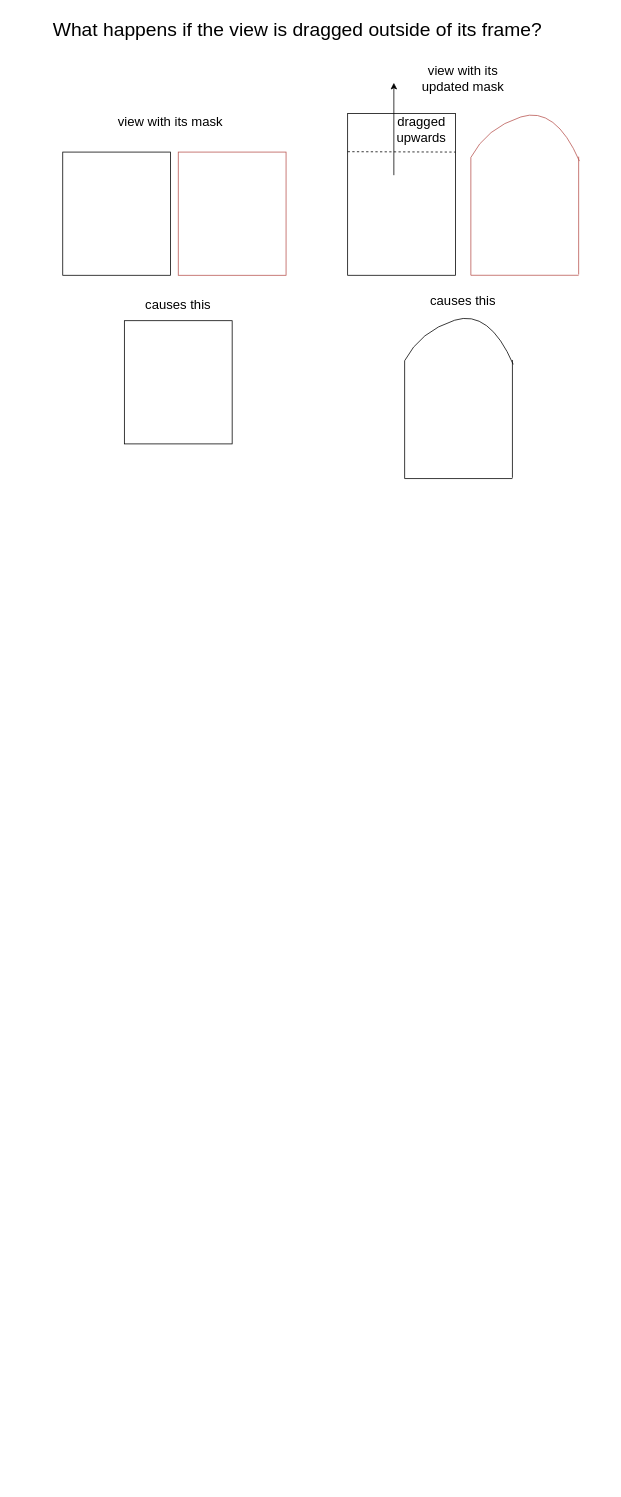
The draw.io diagram curveControlOscillation.drawio in pearl7721User1/DrawIOs, before the edit. Source tidied: cells renumbered, new cells numbered last; positions are measured from the earlier drawing's top-left corner, leaving out a move shared by most shapes. Both pictures are drawn from the tidied source at 77%, with x=0, y=0 at pixel (43, 13).
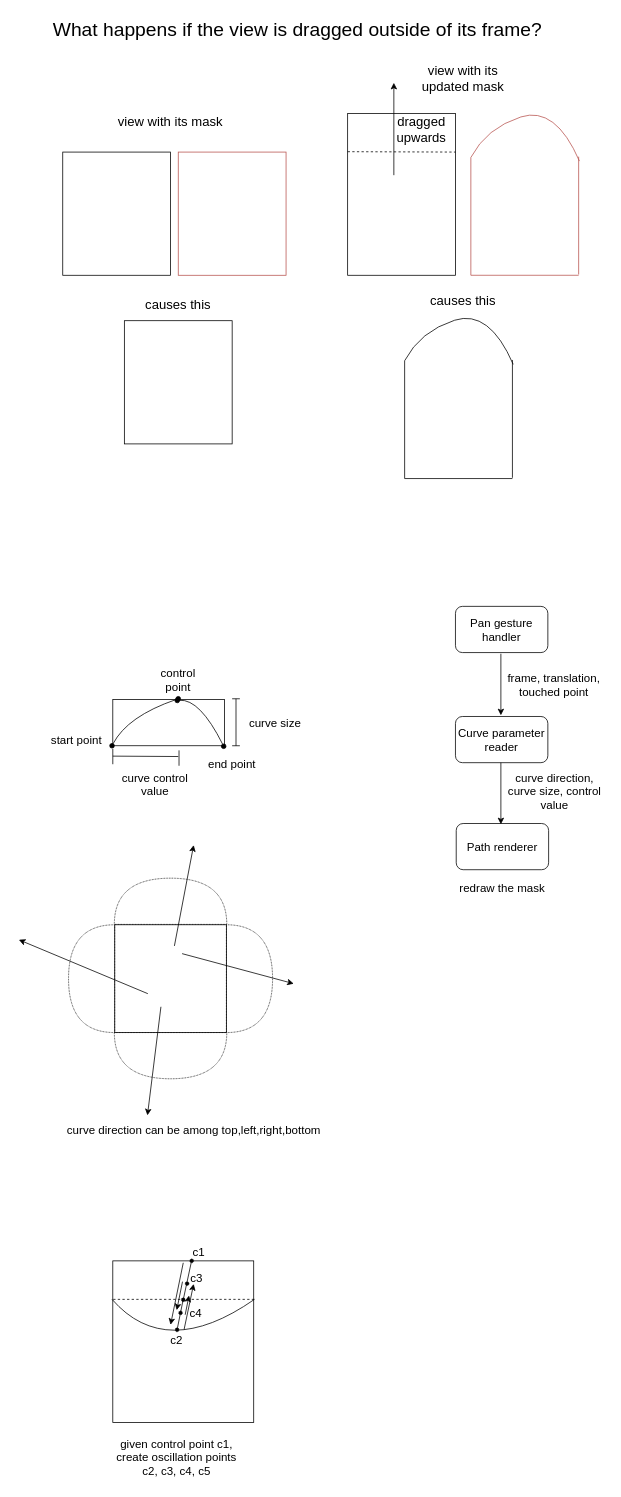
The same page after the edit.

Change to the diagram source:
```diff
@@
+    <mxCell id="24" style="curved=1;endArrow=oval;html=1;endFill=1;entryX=1.007;entryY=0.031;entryDx=0;entryDy=0;entryPerimeter=0;fillColor=#f8cecc;strokeColor=#000000;startArrow=oval;startFill=1;" parent="1" edge="1">
+      <mxGeometry relative="1" as="geometry">
+        <mxPoint x="173.7" y="892.2" as="sourcePoint" />
+        <mxPoint x="234" y="951.7" as="targetPoint" />
+        <Array as="points">
+          <mxPoint x="203" y="890" />
+        </Array>
+      </mxGeometry>
+    </mxCell>
+    <mxCell id="25" style="curved=1;endArrow=oval;html=1;endFill=1;fillColor=#f8cecc;strokeColor=#000000;startArrow=oval;startFill=1;" parent="1" edge="1">
+      <mxGeometry relative="1" as="geometry">
+        <mxPoint x="89" y="951" as="sourcePoint" />
+        <mxPoint x="175" y="890" as="targetPoint" />
+        <Array as="points">
+          <mxPoint x="109" y="912.7" />
+        </Array>
+      </mxGeometry>
+    </mxCell>
+    <mxCell id="26" value="start point" style="text;html=1;strokeColor=none;fillColor=none;align=center;verticalAlign=middle;whiteSpace=wrap;rounded=0;fontSize=15;" parent="1" vertex="1">
+      <mxGeometry x="3" y="928" width="80" height="30" as="geometry" />
+    </mxCell>
+    <mxCell id="27" value="end point" style="text;html=1;strokeColor=none;fillColor=none;align=center;verticalAlign=middle;whiteSpace=wrap;rounded=0;fontSize=15;" parent="1" vertex="1">
+      <mxGeometry x="205" y="960" width="80" height="30" as="geometry" />
+    </mxCell>
+    <mxCell id="28" value="control point" style="text;html=1;strokeColor=none;fillColor=none;align=center;verticalAlign=middle;whiteSpace=wrap;rounded=0;fontSize=15;" parent="1" vertex="1">
+      <mxGeometry x="135" y="850" width="80" height="30" as="geometry" />
+    </mxCell>
+    <mxCell id="29" style="rounded=0;whiteSpace=wrap;html=1;fillColor=none;fontSize=15;" parent="1" vertex="1">
+      <mxGeometry x="90" y="891" width="145" height="60" as="geometry" />
+    </mxCell>
+    <mxCell id="30" value="curve size" style="text;html=1;strokeColor=none;fillColor=none;align=center;verticalAlign=middle;whiteSpace=wrap;rounded=0;fontSize=15;" parent="1" vertex="1">
+      <mxGeometry x="261" y="901" width="80" height="40" as="geometry" />
+    </mxCell>
+    <mxCell id="31" value="curve control value" style="text;html=1;strokeColor=none;fillColor=none;align=center;verticalAlign=middle;whiteSpace=wrap;rounded=0;fontSize=15;" parent="1" vertex="1">
+      <mxGeometry x="90" y="981" width="110" height="40" as="geometry" />
+    </mxCell>
+    <mxCell id="32" style="group;" parent="1" vertex="1">
+      <mxGeometry x="245" y="890" width="10" height="61" as="geometry" />
+    </mxCell>
+    <mxCell id="33" style="endArrow=none;html=1;fontSize=15;" parent="32" edge="1">
+      <mxGeometry relative="1" as="geometry">
+        <mxPoint x="5" as="sourcePoint" />
+        <mxPoint x="5" y="61" as="targetPoint" />
+      </mxGeometry>
+    </mxCell>
+    <mxCell id="34" style="endArrow=none;html=1;fontSize=15;" parent="32" edge="1">
+      <mxGeometry relative="1" as="geometry">
+        <mxPoint x="10" as="sourcePoint" />
+        <mxPoint as="targetPoint" />
+      </mxGeometry>
+    </mxCell>
+    <mxCell id="35" style="endArrow=none;html=1;fontSize=15;" parent="32" edge="1">
+      <mxGeometry relative="1" as="geometry">
+        <mxPoint x="10" y="61" as="sourcePoint" />
+        <mxPoint y="61" as="targetPoint" />
+      </mxGeometry>
+    </mxCell>
+    <mxCell id="36" style="group;" parent="1" vertex="1">
+      <mxGeometry x="90" y="955" width="86" height="22" as="geometry" />
+    </mxCell>
+    <mxCell id="37" style="endArrow=none;html=1;fontSize=15;" parent="36" edge="1">
+      <mxGeometry relative="1" as="geometry">
+        <mxPoint x="85" y="10" as="sourcePoint" />
+        <mxPoint y="9.5" as="targetPoint" />
+      </mxGeometry>
+    </mxCell>
+    <mxCell id="38" style="endArrow=none;html=1;fontSize=15;" parent="36" edge="1">
+      <mxGeometry relative="1" as="geometry">
+        <mxPoint as="sourcePoint" />
+        <mxPoint y="20" as="targetPoint" />
+      </mxGeometry>
+    </mxCell>
+    <mxCell id="39" style="endArrow=none;html=1;fontSize=15;" parent="36" edge="1">
+      <mxGeometry relative="1" as="geometry">
+        <mxPoint x="86" y="2" as="sourcePoint" />
+        <mxPoint x="86" y="22" as="targetPoint" />
+      </mxGeometry>
+    </mxCell>
+    <mxCell id="40" value="Pan gesture handler" style="rounded=1;whiteSpace=wrap;html=1;fillColor=none;fontSize=15;" parent="1" vertex="1">
+      <mxGeometry x="535" y="770" width="120" height="60" as="geometry" />
+    </mxCell>
+    <mxCell id="41" value="Curve parameter reader" style="rounded=1;whiteSpace=wrap;html=1;fillColor=none;fontSize=15;" parent="1" vertex="1">
+      <mxGeometry x="535" y="913" width="120" height="60" as="geometry" />
+    </mxCell>
+    <mxCell id="42" value="Path renderer" style="rounded=1;whiteSpace=wrap;html=1;fillColor=none;fontSize=15;" parent="1" vertex="1">
+      <mxGeometry x="536" y="1052" width="120" height="60" as="geometry" />
+    </mxCell>
+    <mxCell id="43" value="frame, translation, touched point" style="text;html=1;strokeColor=none;fillColor=none;align=center;verticalAlign=middle;whiteSpace=wrap;rounded=0;fontSize=15;" parent="1" vertex="1">
+      <mxGeometry x="595" y="861.5" width="136" height="20" as="geometry" />
+    </mxCell>
+    <mxCell id="44" style="endArrow=classic;html=1;fontSize=15;" parent="1" edge="1">
+      <mxGeometry relative="1" as="geometry">
+        <mxPoint x="594" y="831.5" as="sourcePoint" />
+        <mxPoint x="594" y="911.5" as="targetPoint" />
+      </mxGeometry>
+    </mxCell>
+    <mxCell id="45" style="endArrow=classic;html=1;fontSize=15;" parent="1" edge="1">
+      <mxGeometry relative="1" as="geometry">
+        <mxPoint x="594" y="973" as="sourcePoint" />
+        <mxPoint x="594" y="1053" as="targetPoint" />
+      </mxGeometry>
+    </mxCell>
+    <mxCell id="46" value="curve direction, curve size, control value" style="text;html=1;strokeColor=none;fillColor=none;align=center;verticalAlign=middle;whiteSpace=wrap;rounded=0;fontSize=15;" parent="1" vertex="1">
+      <mxGeometry x="596" y="984" width="136" height="51" as="geometry" />
+    </mxCell>
+    <mxCell id="47" value="redraw the mask" style="text;html=1;strokeColor=none;fillColor=none;align=center;verticalAlign=middle;whiteSpace=wrap;rounded=0;fontSize=15;" parent="1" vertex="1">
+      <mxGeometry x="528" y="1110" width="136" height="51" as="geometry" />
+    </mxCell>
+    <mxCell id="48" style="rounded=0;whiteSpace=wrap;html=1;fillColor=none;fontSize=15;" parent="1" vertex="1">
+      <mxGeometry x="92.5" y="1183.5" width="145" height="140" as="geometry" />
+    </mxCell>
+    <mxCell id="49" style="shape=or;whiteSpace=wrap;html=1;fillColor=none;fontSize=15;dashed=1;dashPattern=1 1;" parent="1" vertex="1">
+      <mxGeometry x="237.5" y="1183.5" width="60" height="140" as="geometry" />
+    </mxCell>
+    <mxCell id="50" style="shape=or;whiteSpace=wrap;html=1;dashed=1;dashPattern=1 1;fillColor=none;fontSize=15;rotation=180;" parent="1" vertex="1">
+      <mxGeometry x="32.5" y="1183.5" width="60" height="140" as="geometry" />
+    </mxCell>
+    <mxCell id="51" style="shape=or;whiteSpace=wrap;html=1;dashed=1;dashPattern=1 1;fillColor=none;fontSize=15;rotation=90;" parent="1" vertex="1">
+      <mxGeometry x="135" y="1280.5" width="60" height="146" as="geometry" />
+    </mxCell>
+    <mxCell id="52" style="shape=or;whiteSpace=wrap;html=1;dashed=1;dashPattern=1 1;fillColor=none;fontSize=15;rotation=-90;" parent="1" vertex="1">
+      <mxGeometry x="135" y="1080" width="60" height="146" as="geometry" />
+    </mxCell>
+    <mxCell id="53" style="endArrow=classic;html=1;fontSize=15;" parent="1" edge="1">
+      <mxGeometry relative="1" as="geometry">
+        <mxPoint x="170" y="1211" as="sourcePoint" />
+        <mxPoint x="195" y="1080" as="targetPoint" />
+      </mxGeometry>
+    </mxCell>
+    <mxCell id="54" style="endArrow=classic;html=1;fontSize=15;" parent="1" edge="1">
+      <mxGeometry relative="1" as="geometry">
+        <mxPoint x="180" y="1221" as="sourcePoint" />
+        <mxPoint x="325" y="1260" as="targetPoint" />
+      </mxGeometry>
+    </mxCell>
+    <mxCell id="55" style="endArrow=classic;html=1;fontSize=15;" parent="1" edge="1">
+      <mxGeometry relative="1" as="geometry">
+        <mxPoint x="152.5" y="1290" as="sourcePoint" />
+        <mxPoint x="135" y="1431" as="targetPoint" />
+      </mxGeometry>
+    </mxCell>
+    <mxCell id="56" style="endArrow=classic;html=1;fontSize=15;" parent="1" edge="1">
+      <mxGeometry relative="1" as="geometry">
+        <mxPoint x="135.5" y="1273" as="sourcePoint" />
+        <mxPoint x="-32" y="1203" as="targetPoint" />
+      </mxGeometry>
+    </mxCell>
+    <mxCell id="57" value="curve direction can be among top,left,right,bottom" style="text;html=1;strokeColor=none;fillColor=none;align=center;verticalAlign=middle;whiteSpace=wrap;rounded=0;dashed=1;dashPattern=1 1;fontSize=15;" parent="1" vertex="1">
+      <mxGeometry x="23.5" y="1440" width="343" height="20" as="geometry" />
+    </mxCell>
+    <mxCell id="58" style="rounded=0;whiteSpace=wrap;html=1;fillColor=none;fontSize=15;" parent="1" vertex="1">
+      <mxGeometry x="90" y="1620" width="183" height="210" as="geometry" />
+    </mxCell>
+    <mxCell id="59" style="endArrow=none;html=1;fontSize=15;dashed=1;" parent="1" edge="1">
+      <mxGeometry relative="1" as="geometry">
+        <mxPoint x="90.5" y="1670" as="sourcePoint" />
+        <mxPoint x="275" y="1670" as="targetPoint" />
+      </mxGeometry>
+    </mxCell>
+    <mxCell id="60" style="curved=1;endArrow=none;html=1;fontSize=15;endFill=0;" parent="1" edge="1">
+      <mxGeometry relative="1" as="geometry">
+        <mxPoint x="274" y="1670" as="sourcePoint" />
+        <mxPoint x="89" y="1670" as="targetPoint" />
+        <Array as="points">
+          <mxPoint x="159" y="1750" />
+        </Array>
+      </mxGeometry>
+    </mxCell>
+    <mxCell id="61" style="endArrow=none;html=1;fontSize=15;entryX=0.571;entryY=-0.005;entryDx=0;entryDy=0;entryPerimeter=0;" parent="1" edge="1" source="66">
+      <mxGeometry relative="1" as="geometry">
+        <mxPoint x="193.5" y="1618.9" as="targetPoint" />
+      </mxGeometry>
+    </mxCell>
+    <mxCell id="62" style="ellipse;whiteSpace=wrap;html=1;dashed=1;dashPattern=1 1;fillColor=#000000;fontSize=15;" parent="1" vertex="1">
+      <mxGeometry x="175.5" y="1685" width="5" height="5" as="geometry" />
+    </mxCell>
+    <mxCell id="63" style="ellipse;whiteSpace=wrap;html=1;dashed=1;dashPattern=1 1;fillColor=#000000;fontSize=15;" parent="1" vertex="1">
+      <mxGeometry x="184" y="1647" width="5" height="5" as="geometry" />
+    </mxCell>
+    <mxCell id="64" style="ellipse;whiteSpace=wrap;html=1;dashed=1;dashPattern=1 1;fillColor=#000000;fontSize=15;" parent="1" vertex="1">
+      <mxGeometry x="171" y="1707" width="5" height="5" as="geometry" />
+    </mxCell>
+    <mxCell id="65" style="endArrow=none;html=1;fontSize=15;entryX=0.571;entryY=-0.005;entryDx=0;entryDy=0;entryPerimeter=0;" parent="1" edge="1" target="64">
+      <mxGeometry relative="1" as="geometry">
+        <mxPoint x="174" y="1710" as="sourcePoint" />
+      </mxGeometry>
+    </mxCell>
+    <mxCell id="66" style="ellipse;whiteSpace=wrap;html=1;dashed=1;dashPattern=1 1;fillColor=#000000;fontSize=15;" parent="1" vertex="1">
+      <mxGeometry x="190" y="1617.5" width="5" height="5" as="geometry" />
+    </mxCell>
+    <mxCell id="67" style="endArrow=none;html=1;fontSize=15;entryX=0.571;entryY=-0.005;entryDx=0;entryDy=0;entryPerimeter=0;" parent="1" edge="1" source="72" target="66">
+      <mxGeometry relative="1" as="geometry" />
+    </mxCell>
+    <mxCell id="68" style="endArrow=classic;html=1;fontSize=15;" parent="1" edge="1">
+      <mxGeometry relative="1" as="geometry">
+        <mxPoint x="181.5" y="1622.5" as="sourcePoint" />
+        <mxPoint x="165" y="1703" as="targetPoint" />
+      </mxGeometry>
+    </mxCell>
+    <mxCell id="69" style="endArrow=classic;html=1;fontSize=15;" parent="1" edge="1">
+      <mxGeometry relative="1" as="geometry">
+        <mxPoint x="182.5" y="1709.5" as="sourcePoint" />
+        <mxPoint x="195" y="1650" as="targetPoint" />
+      </mxGeometry>
+    </mxCell>
+    <mxCell id="70" style="endArrow=classic;html=1;fontSize=15;" parent="1" edge="1">
+      <mxGeometry relative="1" as="geometry">
+        <mxPoint x="180.5" y="1647" as="sourcePoint" />
+        <mxPoint x="173" y="1684" as="targetPoint" />
+      </mxGeometry>
+    </mxCell>
+    <mxCell id="71" style="endArrow=classic;html=1;fontSize=15;" parent="1" edge="1">
+      <mxGeometry relative="1" as="geometry">
+        <mxPoint x="184" y="1690" as="sourcePoint" />
+        <mxPoint x="189" y="1665" as="targetPoint" />
+      </mxGeometry>
+    </mxCell>
+    <mxCell id="72" style="ellipse;whiteSpace=wrap;html=1;dashed=1;dashPattern=1 1;fillColor=#000000;fontSize=15;" parent="1" vertex="1">
+      <mxGeometry x="179" y="1668" width="5" height="5" as="geometry" />
+    </mxCell>
+    <mxCell id="73" style="endArrow=none;html=1;fontSize=15;entryX=0.571;entryY=-0.005;entryDx=0;entryDy=0;entryPerimeter=0;" parent="1" edge="1" source="64" target="72">
+      <mxGeometry relative="1" as="geometry" />
+    </mxCell>
+    <mxCell id="74" value="c1" style="text;html=1;strokeColor=none;fillColor=none;align=center;verticalAlign=middle;whiteSpace=wrap;rounded=0;dashed=1;dashPattern=1 1;fontSize=15;" parent="1" vertex="1">
+      <mxGeometry x="181.5" y="1597.5" width="40" height="20" as="geometry" />
+    </mxCell>
+    <mxCell id="75" value="c4" style="text;html=1;strokeColor=none;fillColor=none;align=center;verticalAlign=middle;whiteSpace=wrap;rounded=0;dashed=1;dashPattern=1 1;fontSize=15;" parent="1" vertex="1">
+      <mxGeometry x="178" y="1677.5" width="40" height="20" as="geometry" />
+    </mxCell>
+    <mxCell id="76" value="c3" style="text;html=1;strokeColor=none;fillColor=none;align=center;verticalAlign=middle;whiteSpace=wrap;rounded=0;dashed=1;dashPattern=1 1;fontSize=15;" parent="1" vertex="1">
+      <mxGeometry x="179" y="1632" width="40" height="20" as="geometry" />
+    </mxCell>
+    <mxCell id="77" value="c2" style="text;html=1;strokeColor=none;fillColor=none;align=center;verticalAlign=middle;whiteSpace=wrap;rounded=0;dashed=1;dashPattern=1 1;fontSize=15;" parent="1" vertex="1">
+      <mxGeometry x="152.5" y="1712" width="40" height="20" as="geometry" />
+    </mxCell>
+    <mxCell id="78" value="given control point c1, create oscillation points c2, c3, c4, c5" style="text;html=1;strokeColor=none;fillColor=none;align=center;verticalAlign=middle;whiteSpace=wrap;rounded=0;dashed=1;dashPattern=1 1;fontSize=15;" parent="1" vertex="1">
+      <mxGeometry x="87.5" y="1840" width="170" height="70" as="geometry" />
+    </mxCell>
```
